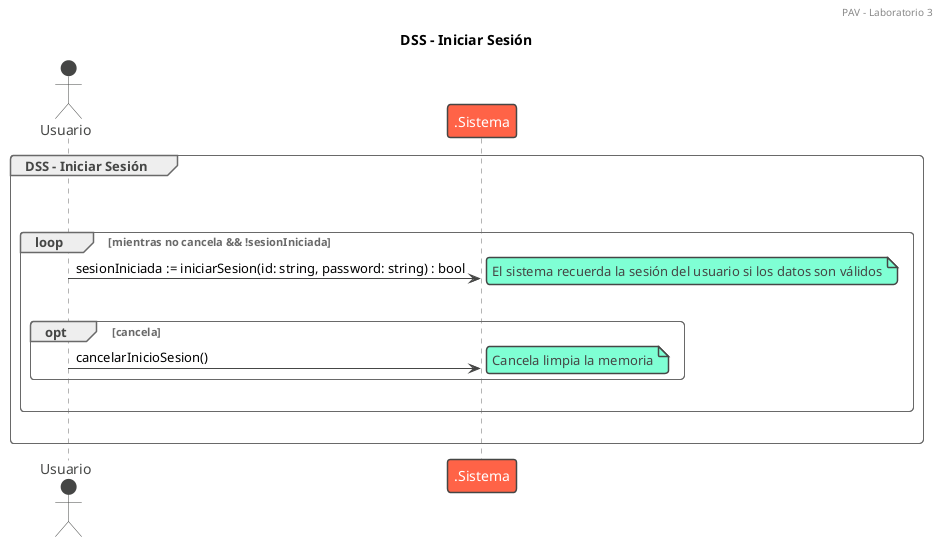
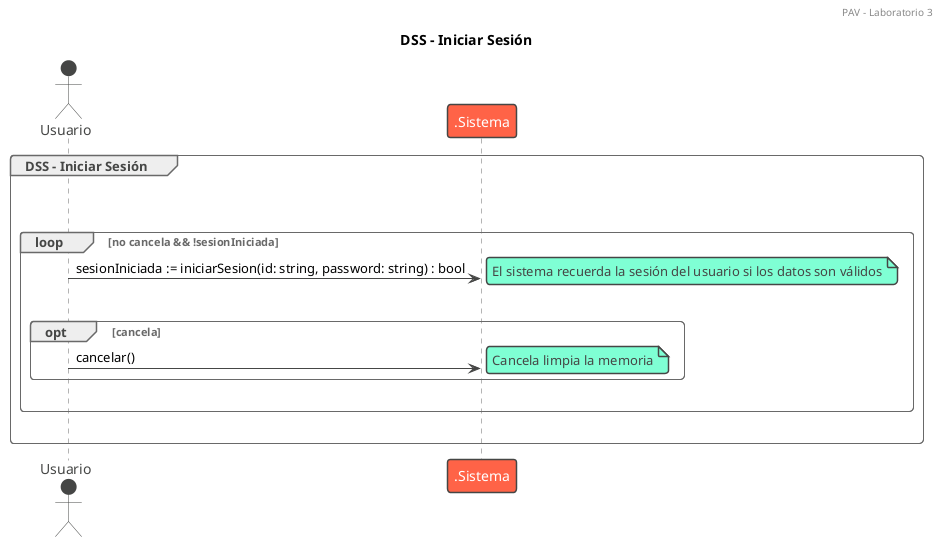
@startuml iniciarSesion

/'El caso de uso comienza cuando un usuario, que no tiene una sesión iniciada,
desea ingresar al sistema. Para ello, el sistema solicita su identificador y su
contraseña. El usuario ingresa ambos datos y, si la contraseña es correcta, el
sistema inicia la sesión. En caso contrario, el sistema informa que los datos
ingresados no son válidos y el usuario puede volver a intentar o cancelar el caso
de uso.'/
!theme vibrant
header PAV - Laboratorio 3

title DSS - Iniciar Sesión

group DSS - Iniciar Sesión
|||
actor Usuario
|||

- loop mientras no cancela && !sesionIniciada
+ loop no cancela && !sesionIniciada

    Usuario -> .Sistema : sesionIniciada := iniciarSesion(id: string, password: string) : bool
    note right: El sistema recuerda la sesión del usuario si los datos son válidos
    |||

    opt cancela
-         Usuario -> .Sistema : cancelarInicioSesion()
+         Usuario -> .Sistema : cancelar()
        note right: Cancela limpia la memoria
    end
    |||

end

|||
end
@enduml